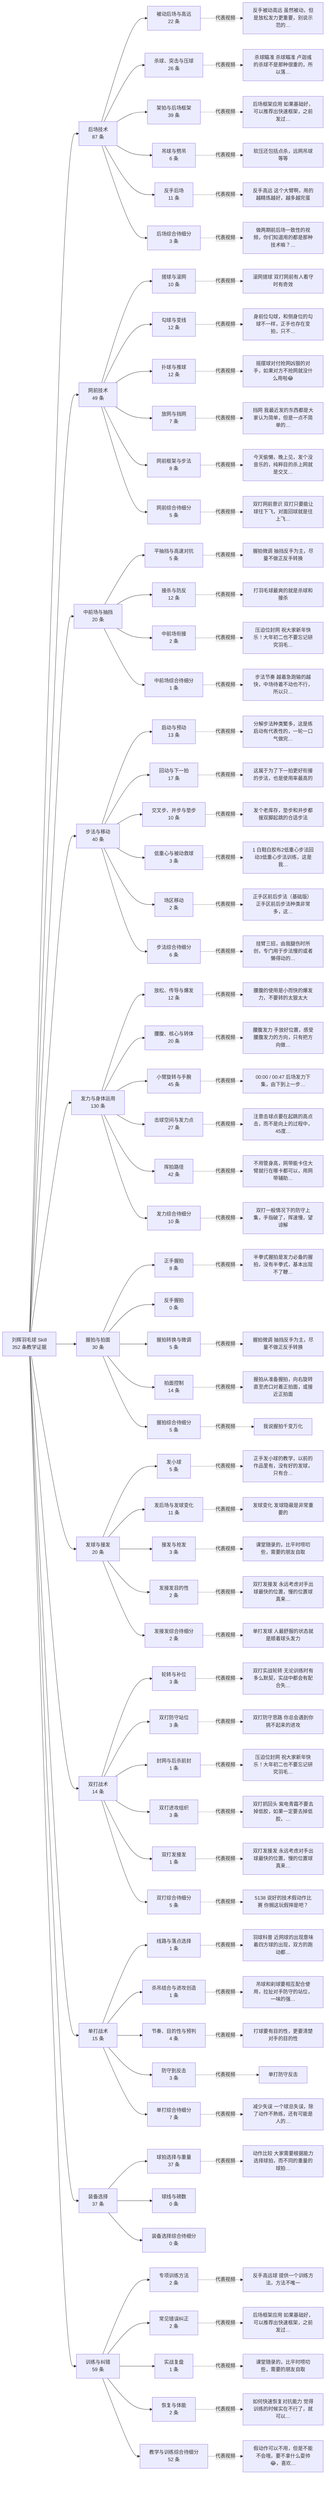
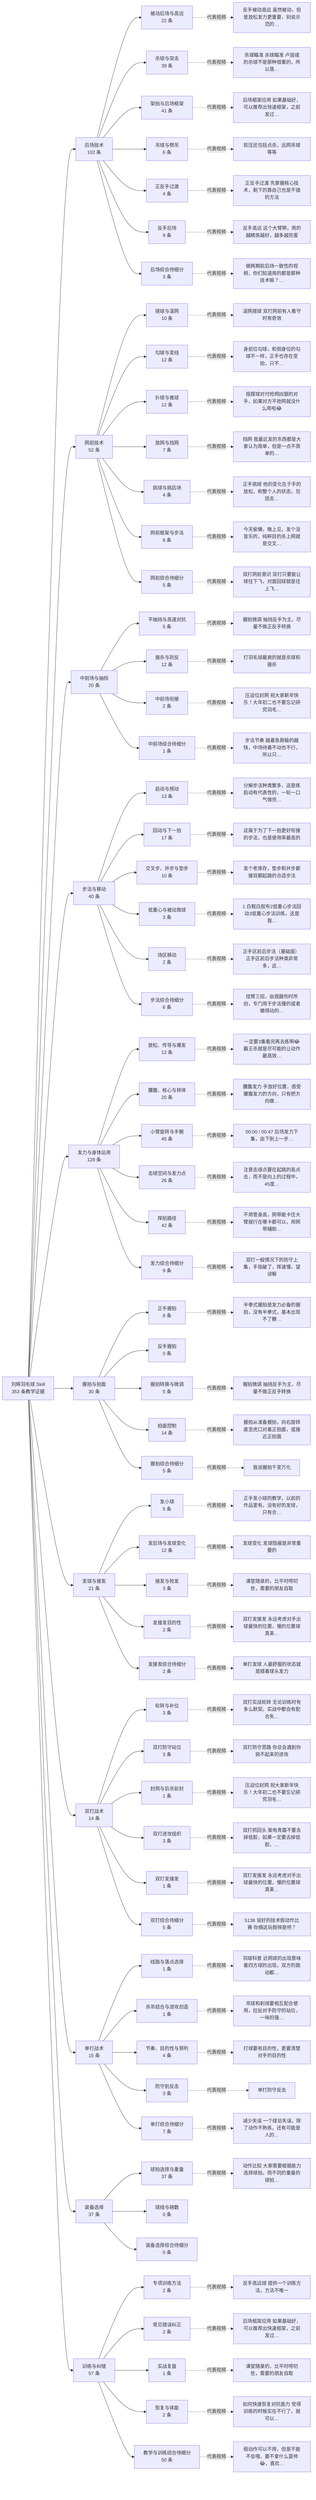
flowchart LR
-   root["刘辉羽毛球 Skill<br/>352 条教学证据"]
-   c0["后场技术<br/>87 条"]
+   root["刘辉羽毛球 Skill<br/>353 条教学证据"]
+   c0["后场技术<br/>102 条"]
  root --> c0
  s0_0["被动后场与高远<br/>22 条"]
  c0 --> s0_0
  v0_0["反手被动高远 虽然被动，但是放松发力更重要，别说示范的…"]
  s0_0 -.代表视频.-> v0_0
-   s0_1["杀球、突击与压球<br/>26 条"]
+   s0_1["杀球与突击<br/>39 条"]
  c0 --> s0_1
  v0_1["杀球瞄准 杀球瞄准 卢迦彧的杀球不是那种很重的，所以落…"]
  s0_1 -.代表视频.-> v0_1
-   s0_2["架拍与后场框架<br/>39 条"]
+   s0_2["架拍与后场框架<br/>41 条"]
  c0 --> s0_2
  v0_2["后场框架应用 如果基础好，可以推荐出快速框架，之前发过…"]
  s0_2 -.代表视频.-> v0_2
  s0_3["吊球与劈吊<br/>6 条"]
  c0 --> s0_3
  v0_3["软压还包括点杀，远网吊球等等"]
  s0_3 -.代表视频.-> v0_3
-   s0_4["反手后场<br/>11 条"]
+   s0_4["正反手过渡<br/>4 条"]
  c0 --> s0_4
-   v0_4["反手高远 这个大臂啊，用的越精炼越好，越多越完蛋"]
+   v0_4["正反手过渡 先掌握核心技术，剩下的靠自己也是不错的方法"]
  s0_4 -.代表视频.-> v0_4
-   s0_5["后场综合待细分<br/>3 条"]
+   s0_5["反手后场<br/>9 条"]
  c0 --> s0_5
-   v0_5["做两期前后场一致性的视频，你们知道用的都是那种技术嘛？…"]
+   v0_5["反手高远 这个大臂啊，用的越精炼越好，越多越完蛋"]
  s0_5 -.代表视频.-> v0_5
-   c1["网前技术<br/>49 条"]
+   s0_6["后场综合待细分<br/>3 条"]
+   c0 --> s0_6
+   v0_6["做两期前后场一致性的视频，你们知道用的都是那种技术嘛？…"]
+   s0_6 -.代表视频.-> v0_6
+   c1["网前技术<br/>52 条"]
  root --> c1
  s1_0["搓球与滚网<br/>10 条"]
  c1 --> s1_0
  v1_0["滚网搓球 双打网前有人看守时有奇效"]
  s1_0 -.代表视频.-> v1_0
  s1_1["勾球与变线<br/>12 条"]
  c1 --> s1_1
  v1_1["身前位勾球，和侧身位的勾球不一样，正手也存在变拍，只不…"]
  s1_1 -.代表视频.-> v1_1
  s1_2["扑球与推球<br/>12 条"]
  c1 --> s1_2
  v1_2["摇摆球对付抢网凶狠的对手，如果对方不抢网就没什么用啦😂"]
  s1_2 -.代表视频.-> v1_2
  s1_3["放网与挡网<br/>7 条"]
  c1 --> s1_3
  v1_3["挡网 我最近发的东西都是大家认为简单，但是一点不简单的…"]
  s1_3 -.代表视频.-> v1_3
-   s1_4["网前框架与步法<br/>8 条"]
+   s1_4["挑球与挑后场<br/>4 条"]
  c1 --> s1_4
-   v1_4["今天偷懒，晚上见，发个没音乐的，纯粹目的杀上网就是交叉…"]
+   v1_4["正手挑球 他的变化在于手的放松，和整个人的状态，包括击…"]
  s1_4 -.代表视频.-> v1_4
-   s1_5["网前综合待细分<br/>5 条"]
+   s1_5["网前框架与步法<br/>8 条"]
  c1 --> s1_5
-   v1_5["双打网前意识 双打只要能让球往下飞，对面回球就是往上飞…"]
+   v1_5["今天偷懒，晚上见，发个没音乐的，纯粹目的杀上网就是交叉…"]
  s1_5 -.代表视频.-> v1_5
+   s1_6["网前综合待细分<br/>5 条"]
+   c1 --> s1_6
+   v1_6["双打网前意识 双打只要能让球往下飞，对面回球就是往上飞…"]
+   s1_6 -.代表视频.-> v1_6
  c2["中前场与抽挡<br/>20 条"]
  root --> c2
  s2_0["平抽挡与高速对抗<br/>5 条"]
  c2 --> s2_0
  v2_0["握拍微调 抽挡反手为主，尽量不做正反手转换"]
  s2_0 -.代表视频.-> v2_0
  s2_1["接杀与防反<br/>12 条"]
  c2 --> s2_1
  v2_1["打羽毛球最爽的就是杀球和接杀"]
  s2_1 -.代表视频.-> v2_1
  s2_2["中前场衔接<br/>2 条"]
  c2 --> s2_2
  v2_2["压迫位封网 祝大家新年快乐！大年初二也不要忘记研究羽毛…"]
  s2_2 -.代表视频.-> v2_2
  s2_3["中前场综合待细分<br/>1 条"]
  c2 --> s2_3
  v2_3["步法节奏 越着急跑输的越快，中场待着不动也不行，所以只…"]
  s2_3 -.代表视频.-> v2_3
  c3["步法与移动<br/>40 条"]
  root --> c3
  s3_0["启动与预动<br/>13 条"]
  c3 --> s3_0
  v3_0["分解步法种类繁多，这是练启动有代表性的，一轮一口气做完…"]
  s3_0 -.代表视频.-> v3_0
  s3_1["回动与下一拍<br/>17 条"]
  c3 --> s3_1
  v3_1["这属于为了下一拍更好衔接的步法，也是使用率最高的"]
  s3_1 -.代表视频.-> v3_1
  s3_2["交叉步、并步与垫步<br/>10 条"]
  c3 --> s3_2
  v3_2["发个老库存，垫步和并步都接双脚起跳的合适步法"]
  s3_2 -.代表视频.-> v3_2
  s3_3["低重心与被动救球<br/>3 条"]
  c3 --> s3_3
  v3_3["1 白鞋白胶布2低重心步法回动3低重心步法训练，这是我…"]
  s3_3 -.代表视频.-> v3_3
  s3_4["场区移动<br/>2 条"]
  c3 --> s3_4
  v3_4["正手区前后步法（基础版） 正手区前后步法种类非常多，这…"]
  s3_4 -.代表视频.-> v3_4
  s3_5["步法综合待细分<br/>6 条"]
  c3 --> s3_5
  v3_5["挂臂三招，由我腿伤时所创，专门用于步法慢的或者懒得动的…"]
  s3_5 -.代表视频.-> v3_5
-   c4["发力与身体运用<br/>130 条"]
+   c4["发力与身体运用<br/>128 条"]
  root --> c4
  s4_0["放松、传导与爆发<br/>12 条"]
  c4 --> s4_0
-   v4_0["腰腹的使用是小而快的爆发力，不要转的太狠太大"]
+   v4_0["一定要3集看完再去练啊😂霸王杀就是尽可能的让动作最高效…"]
  s4_0 -.代表视频.-> v4_0
  s4_1["腰腹、核心与转体<br/>20 条"]
  c4 --> s4_1
  v4_1["腰腹发力 手放好位置，感受腰腹发力的方向，只有把方向做…"]
  s4_1 -.代表视频.-> v4_1
  s4_2["小臂旋转与手腕<br/>45 条"]
  c4 --> s4_2
  v4_2["00:00 / 00:47 后场发力下集，由下到上一步…"]
  s4_2 -.代表视频.-> v4_2
-   s4_3["击球空间与发力点<br/>27 条"]
+   s4_3["击球空间与发力点<br/>26 条"]
  c4 --> s4_3
  v4_3["注意击球点要在起跳的高点击，而不是向上的过程中，45度…"]
  s4_3 -.代表视频.-> v4_3
  s4_4["挥拍路径<br/>42 条"]
  c4 --> s4_4
  v4_4["不用管身高，网带能卡住大臂就行在哪卡都可以，用网带辅助…"]
  s4_4 -.代表视频.-> v4_4
-   s4_5["发力综合待细分<br/>10 条"]
+   s4_5["发力综合待细分<br/>9 条"]
  c4 --> s4_5
  v4_5["双打一般情况下的防守上集，手指破了，挥速慢，望谅解"]
  s4_5 -.代表视频.-> v4_5
  c5["握拍与拍面<br/>30 条"]
  root --> c5
  s5_0["正手握拍<br/>8 条"]
  c5 --> s5_0
  v5_0["半拳式握拍是发力必备的握拍，没有半拳式，基本出现不了鞭…"]
  s5_0 -.代表视频.-> v5_0
  s5_1["反手握拍<br/>0 条"]
  c5 --> s5_1
  s5_2["握拍转换与微调<br/>5 条"]
  c5 --> s5_2
  v5_2["握拍微调 抽挡反手为主，尽量不做正反手转换"]
  s5_2 -.代表视频.-> v5_2
  s5_3["拍面控制<br/>14 条"]
  c5 --> s5_3
  v5_3["握拍从准备握拍，向右旋转直至虎口对着正拍面，或接近正拍面"]
  s5_3 -.代表视频.-> v5_3
  s5_4["握拍综合待细分<br/>5 条"]
  c5 --> s5_4
  v5_4["我说握拍千变万化"]
  s5_4 -.代表视频.-> v5_4
-   c6["发球与接发<br/>20 条"]
+   c6["发球与接发<br/>21 条"]
  root --> c6
  s6_0["发小球<br/>5 条"]
  c6 --> s6_0
  v6_0["正手发小球的教学，以前的作品里有，没有好的发球，只有合…"]
  s6_0 -.代表视频.-> v6_0
-   s6_1["发后场与发球变化<br/>11 条"]
+   s6_1["发后场与发球变化<br/>12 条"]
  c6 --> s6_1
  v6_1["发球变化 发球隐蔽是非常重要的"]
  s6_1 -.代表视频.-> v6_1
  s6_2["接发与抢发<br/>3 条"]
  c6 --> s6_2
  v6_2["课堂随录的，比平时唠叨些，需要的朋友自取"]
  s6_2 -.代表视频.-> v6_2
  s6_3["发接发目的性<br/>2 条"]
  c6 --> s6_3
  v6_3["双打发接发 永远考虑对手出球最快的位置，慢的位置球真来…"]
  s6_3 -.代表视频.-> v6_3
  s6_4["发接发综合待细分<br/>2 条"]
  c6 --> s6_4
  v6_4["单打发球 人最舒服的状态就是顺着球头发力"]
  s6_4 -.代表视频.-> v6_4
  c7["双打战术<br/>14 条"]
  root --> c7
  s7_0["轮转与补位<br/>3 条"]
  c7 --> s7_0
  v7_0["双打实战轮转 无论训练时有多么默契，实战中都会有配合失…"]
  s7_0 -.代表视频.-> v7_0
  s7_1["双打防守站位<br/>3 条"]
  c7 --> s7_1
  v7_1["双打防守思路 你总会遇到你挑不起来的进攻"]
  s7_1 -.代表视频.-> v7_1
  s7_2["封网与后杀前封<br/>1 条"]
  c7 --> s7_2
  v7_2["压迫位封网 祝大家新年快乐！大年初二也不要忘记研究羽毛…"]
  s7_2 -.代表视频.-> v7_2
  s7_3["双打进攻组织<br/>3 条"]
  c7 --> s7_3
  v7_3["双打抓回头 紫电青霜不要去掉低胶，如果一定要去掉低胶，…"]
  s7_3 -.代表视频.-> v7_3
  s7_4["双打发接发<br/>1 条"]
  c7 --> s7_4
  v7_4["双打发接发 永远考虑对手出球最快的位置，慢的位置球真来…"]
  s7_4 -.代表视频.-> v7_4
  s7_5["双打综合待细分<br/>5 条"]
  c7 --> s7_5
  v7_5["5138 说好的技术假动作比赛 你搁这玩假摔是吧？"]
  s7_5 -.代表视频.-> v7_5
  c8["单打战术<br/>15 条"]
  root --> c8
  s8_0["线路与落点选择<br/>1 条"]
  c8 --> s8_0
  v8_0["羽球科普 近网球的出现意味着四方球的出现，双方的跑动都…"]
  s8_0 -.代表视频.-> v8_0
  s8_1["杀吊结合与进攻创造<br/>1 条"]
  c8 --> s8_1
  v8_1["吊球和刹球要相互配合使用，拉扯对手防守的站位，一味的强…"]
  s8_1 -.代表视频.-> v8_1
  s8_2["节奏、目的性与预判<br/>4 条"]
  c8 --> s8_2
  v8_2["打球要有目的性，更要清楚对手的目的性"]
  s8_2 -.代表视频.-> v8_2
  s8_3["防守到反击<br/>3 条"]
  c8 --> s8_3
  v8_3["单打防守反击"]
  s8_3 -.代表视频.-> v8_3
  s8_4["单打综合待细分<br/>7 条"]
  c8 --> s8_4
  v8_4["减少失误 一个球总失误，除了动作不熟练，还有可能是人的…"]
  s8_4 -.代表视频.-> v8_4
  c9["装备选择<br/>37 条"]
  root --> c9
  s9_0["球拍选择与重量<br/>37 条"]
  c9 --> s9_0
  v9_0["动作比较 大家需要根据能力选择球拍，而不同的重量的球拍…"]
  s9_0 -.代表视频.-> v9_0
  s9_1["球线与磅数<br/>0 条"]
  c9 --> s9_1
  s9_2["装备选择综合待细分<br/>0 条"]
  c9 --> s9_2
-   c10["训练与纠错<br/>59 条"]
+   c10["训练与纠错<br/>57 条"]
  root --> c10
  s10_0["专项训练方法<br/>2 条"]
  c10 --> s10_0
  v10_0["反手高远球 提供一个训练方法，方法不唯一"]
  s10_0 -.代表视频.-> v10_0
  s10_1["常见错误纠正<br/>2 条"]
  c10 --> s10_1
  v10_1["后场框架应用 如果基础好，可以推荐出快速框架，之前发过…"]
  s10_1 -.代表视频.-> v10_1
  s10_2["实战复盘<br/>1 条"]
  c10 --> s10_2
  v10_2["课堂随录的，比平时唠叨些，需要的朋友自取"]
  s10_2 -.代表视频.-> v10_2
  s10_3["恢复与体能<br/>2 条"]
  c10 --> s10_3
  v10_3["如何快速恢复对抗能力 觉得训练的时候实在不行了，就可以…"]
  s10_3 -.代表视频.-> v10_3
-   s10_4["教学与训练综合待细分<br/>52 条"]
+   s10_4["教学与训练综合待细分<br/>50 条"]
  c10 --> s10_4
  v10_4["假动作可以不用，但是不能不会哦，要不拿什么耍帅😂，喜欢…"]
  s10_4 -.代表视频.-> v10_4
